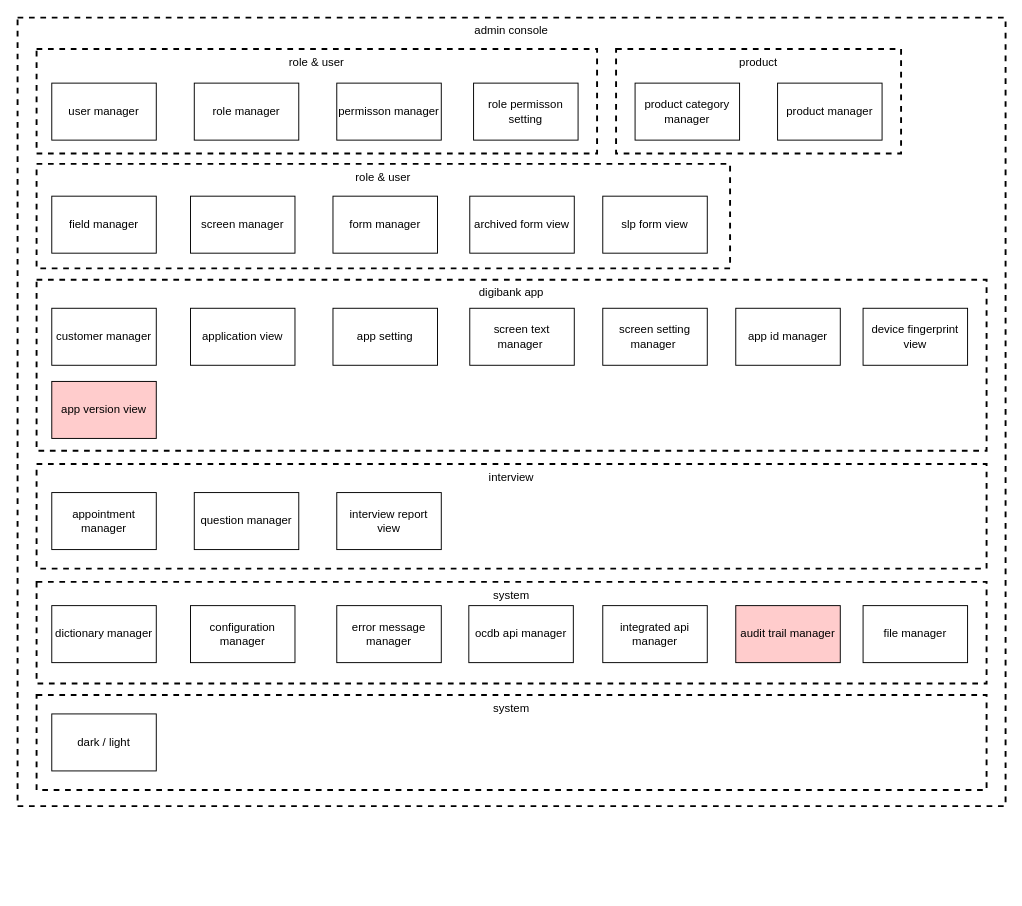
jiangwu85/cloud-config-samples keeps this draw.io diagram as user/bussiness-stack-admin-console.drawio. Above is the earlier version. Source tidied: cells renumbered, new cells numbered last; positions are measured from the earlier drawing's top-left corner, leaving out a move shared by most shapes. Both pictures are drawn from the tidied source at 95%, with x=0, y=0 at pixel (17, 17).
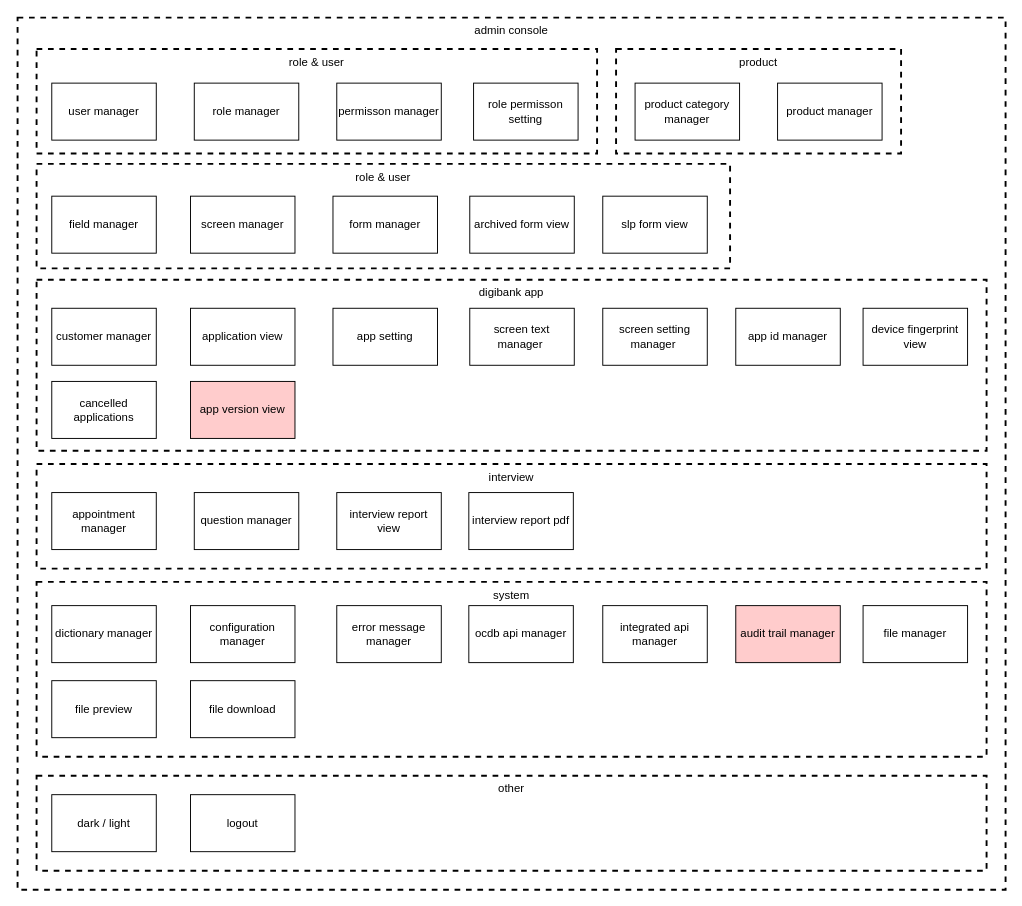
The same page after the edit.

Change to the diagram source:
```diff
@@
     <mxCell id="2" value="&lt;span style=&quot;font-weight: 400;&quot;&gt;admin console&lt;/span&gt;" style="rounded=0;whiteSpace=wrap;html=1;dashed=1;strokeWidth=2;fillColor=none;verticalAlign=top;fontStyle=1;" parent="1" vertex="1">
-      <mxGeometry width="1040" height="830" as="geometry" />
+      <mxGeometry width="1040" height="918" as="geometry" />
     </mxCell>
@@
     <mxCell id="6" value="&lt;span style=&quot;font-weight: 400;&quot;&gt;system&lt;/span&gt;" style="rounded=0;whiteSpace=wrap;html=1;dashed=1;strokeWidth=2;fillColor=none;verticalAlign=top;fontStyle=1;" parent="1" vertex="1">
-      <mxGeometry x="20" y="594" width="1000" height="107" as="geometry" />
+      <mxGeometry x="20" y="594" width="1000" height="184" as="geometry" />
     </mxCell>
@@
-    <mxCell id="26" value="app version view" style="rounded=0;whiteSpace=wrap;html=1;fontColor=#000000;fillColor=#FFCCCC;" parent="1" vertex="1">
+    <mxCell id="26" value="cancelled applications" style="rounded=0;whiteSpace=wrap;html=1;fontColor=#000000;fillColor=none;gradientColor=default;strokeColor=default;" parent="1" vertex="1">
       <mxGeometry x="36" y="383" width="110" height="60" as="geometry" />
     </mxCell>
@@
-    <mxCell id="38" value="&lt;span style=&quot;font-weight: 400;&quot;&gt;system&lt;/span&gt;" style="rounded=0;whiteSpace=wrap;html=1;dashed=1;strokeWidth=2;fillColor=none;verticalAlign=top;fontStyle=1;" parent="1" vertex="1">
-      <mxGeometry x="20" y="713" width="1000" height="100" as="geometry" />
+    <mxCell id="38" value="&lt;span style=&quot;font-weight: 400;&quot;&gt;other&lt;/span&gt;" style="rounded=0;whiteSpace=wrap;html=1;dashed=1;strokeWidth=2;fillColor=none;verticalAlign=top;fontStyle=1;" parent="1" vertex="1">
+      <mxGeometry x="20" y="798" width="1000" height="100" as="geometry" />
     </mxCell>
     <mxCell id="39" value="dark / light" style="rounded=0;whiteSpace=wrap;html=1;fontColor=#000000;fillColor=none;" parent="1" vertex="1">
-      <mxGeometry x="36" y="733" width="110" height="60" as="geometry" />
+      <mxGeometry x="36" y="818" width="110" height="60" as="geometry" />
     </mxCell>
+    <mxCell id="40" value="logout" style="rounded=0;whiteSpace=wrap;html=1;fontColor=#000000;fillColor=none;" parent="1" vertex="1">
+      <mxGeometry x="182" y="818" width="110" height="60" as="geometry" />
+    </mxCell>
+    <mxCell id="41" value="app version view" style="rounded=0;whiteSpace=wrap;html=1;fontColor=#000000;fillColor=#FFCCCC;" parent="1" vertex="1">
+      <mxGeometry x="182" y="383" width="110" height="60" as="geometry" />
+    </mxCell>
+    <mxCell id="42" value="interview report pdf" style="rounded=0;whiteSpace=wrap;html=1;fontColor=#000000;fillColor=none;" parent="1" vertex="1">
+      <mxGeometry x="475" y="500" width="110" height="60" as="geometry" />
+    </mxCell>
+    <mxCell id="43" value="file preview" style="rounded=0;whiteSpace=wrap;html=1;fontColor=#000000;fillColor=none;" parent="1" vertex="1">
+      <mxGeometry x="36" y="698" width="110" height="60" as="geometry" />
+    </mxCell>
+    <mxCell id="44" value="file download" style="rounded=0;whiteSpace=wrap;html=1;fontColor=#000000;fillColor=none;" parent="1" vertex="1">
+      <mxGeometry x="182" y="698" width="110" height="60" as="geometry" />
+    </mxCell>
```
